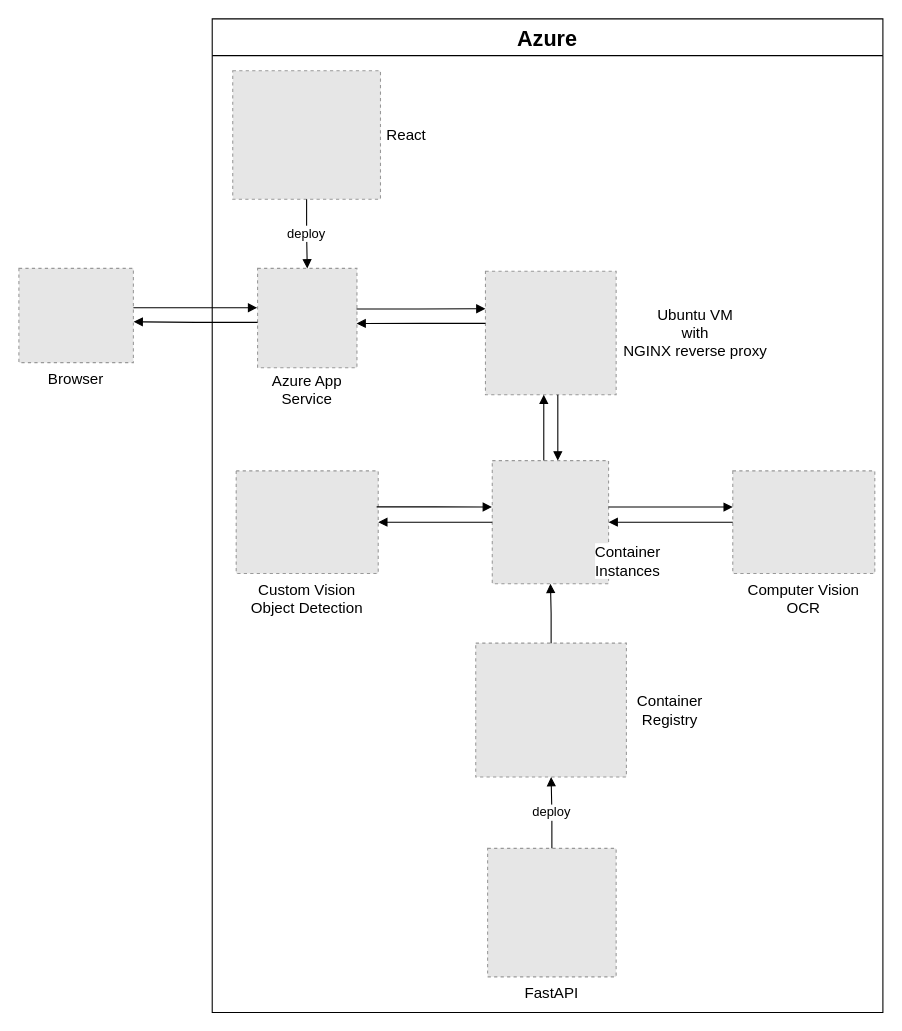
Above: resources/architecture/architecture.drawio in janczarek99/license-plate-detection-and-ocr (draw.io), before the change. Source tidied: cells renumbered, new cells numbered last; positions are measured from the earlier drawing's top-left corner, leaving out a move shared by most shapes. Both pictures are drawn from the tidied source at 108%, with x=0, y=0 at pixel (18, 18). Pictures stored in the file or linked from it are replaced by grey dashed boxes.
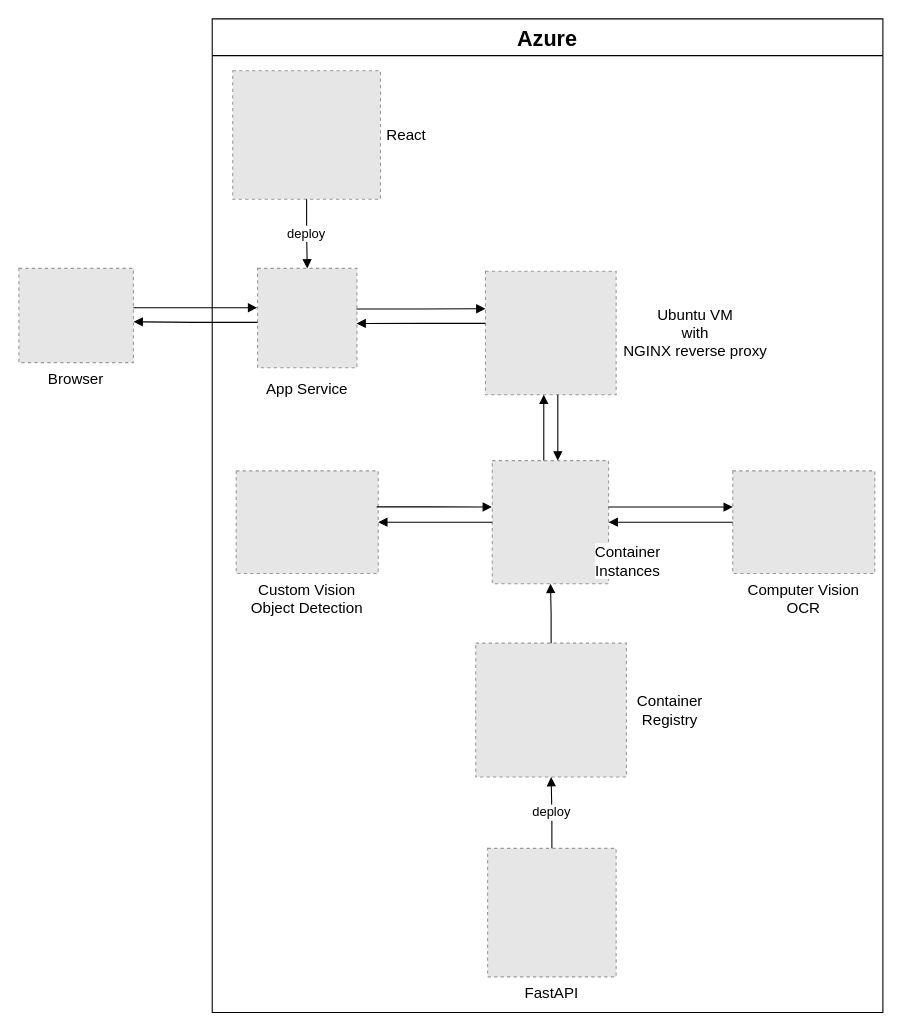
After the change.

Commit message (it also covers changes not shown here):
reamde v0.7 + architecture fix

Unchanged cells that the change refers to:
```xml
<mxCell id="15" style="group;" parent="3" vertex="1">
  <mxGeometry x="221" y="183" width="92" height="127" as="geometry" />
</mxCell>
```

Diff of the diagram source:
```diff
@@
-    <mxCell id="17" value="&lt;span&gt;Azure App&lt;/span&gt;&lt;br style=&quot;padding: 0px ; margin: 0px&quot;&gt;&lt;span&gt;Service&lt;/span&gt;" style="text;html=1;strokeColor=none;fillColor=none;align=center;verticalAlign=middle;whiteSpace=wrap;rounded=0;labelBackgroundColor=default;fontSize=14;fontColor=default;" parent="15" vertex="1">
+    <mxCell id="17" value="&lt;span&gt;App&amp;nbsp;&lt;/span&gt;&lt;span&gt;Service&lt;/span&gt;" style="text;html=1;strokeColor=none;fillColor=none;align=center;verticalAlign=middle;whiteSpace=wrap;rounded=0;labelBackgroundColor=default;fontSize=14;fontColor=default;" parent="15" vertex="1">
       <mxGeometry x="7.2" y="97" width="77.6" height="30" as="geometry" />
     </mxCell>
```
